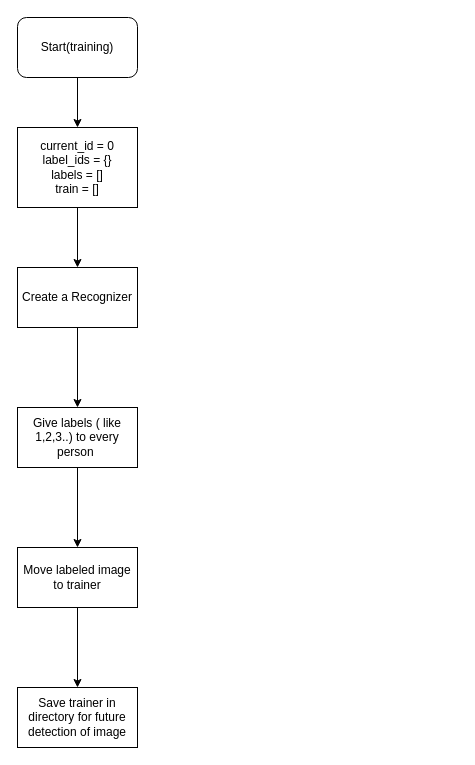
This is Documentation/Flow Diagram/train.drawio from prashantsingh2408/Face-Recognition-Attendance-System, a draw.io file, before an edit. Source tidied: cells renumbered, new cells numbered last; positions are measured from the earlier drawing's top-left corner, leaving out a move shared by most shapes. Both pictures are drawn from the tidied source at 100%, with x=0, y=0 at pixel (17, 17).
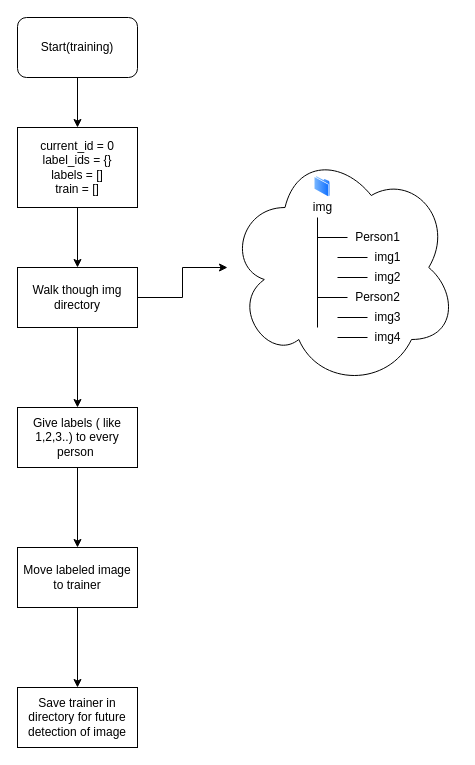
After the change.

What changed in the source:
```diff
@@
+    <mxCell id="13" style="edgeStyle=orthogonalEdgeStyle;rounded=0;jettySize=auto;html=1;" parent="1" edge="1" source="7" target="14">
+      <mxGeometry relative="1" as="geometry" />
+    </mxCell>
-    <mxCell id="7" value="Create a Recognizer" style="rounded=0;whiteSpace=wrap;html=1;" parent="1" vertex="1">
+    <mxCell id="7" value="Walk though img directory" style="rounded=0;whiteSpace=wrap;html=1;" parent="1" vertex="1">
       <mxGeometry y="250" width="120" height="60" as="geometry" />
     </mxCell>
@@
+    <mxCell id="14" value="&lt;div style=&quot;text-align: left&quot;&gt;&lt;br&gt;&lt;/div&gt;" style="ellipse;shape=cloud;whiteSpace=wrap;html=1;rounded=0;" parent="1" vertex="1">
+      <mxGeometry x="210" y="130" width="230" height="240" as="geometry" />
+    </mxCell>
+    <mxCell id="15" style="endArrow=none;html=1;" parent="1" edge="1">
+      <mxGeometry relative="1" as="geometry">
+        <mxPoint x="300" y="310" as="sourcePoint" />
+        <mxPoint x="300" y="200" as="targetPoint" />
+      </mxGeometry>
+    </mxCell>
+    <mxCell id="16" value="img" style="text;html=1;align=center;verticalAlign=middle;" parent="1" vertex="1">
+      <mxGeometry x="290" y="180" width="30" height="20" as="geometry" />
+    </mxCell>
+    <mxCell id="17" style="endArrow=none;html=1;" parent="1" edge="1">
+      <mxGeometry relative="1" as="geometry">
+        <mxPoint x="300" y="220" as="sourcePoint" />
+        <mxPoint x="330" y="220" as="targetPoint" />
+      </mxGeometry>
+    </mxCell>
+    <mxCell id="18" value="Person1" style="text;html=1;align=center;verticalAlign=middle;" parent="1" vertex="1">
+      <mxGeometry x="330" y="210" width="60" height="20" as="geometry" />
+    </mxCell>
+    <mxCell id="19" style="perimeter=ellipsePerimeter;html=1;align=center;shadow=0;dashed=0;spacingTop=3;image;image=img/lib/active_directory/folder.svg;" parent="1" vertex="1">
+      <mxGeometry x="297" y="158.1" width="16" height="21.9" as="geometry" />
+    </mxCell>
+    <mxCell id="20" style="endArrow=none;html=1;" parent="1" edge="1">
+      <mxGeometry relative="1" as="geometry">
+        <mxPoint x="320" y="240" as="sourcePoint" />
+        <mxPoint x="350" y="240" as="targetPoint" />
+      </mxGeometry>
+    </mxCell>
+    <mxCell id="21" value="img1" style="text;html=1;align=center;verticalAlign=middle;" parent="1" vertex="1">
+      <mxGeometry x="350" y="230" width="40" height="20" as="geometry" />
+    </mxCell>
+    <mxCell id="22" style="endArrow=none;html=1;" parent="1" edge="1">
+      <mxGeometry relative="1" as="geometry">
+        <mxPoint x="320" y="260" as="sourcePoint" />
+        <mxPoint x="350" y="260" as="targetPoint" />
+      </mxGeometry>
+    </mxCell>
+    <mxCell id="23" value="img2" style="text;html=1;align=center;verticalAlign=middle;" parent="1" vertex="1">
+      <mxGeometry x="350" y="250" width="40" height="20" as="geometry" />
+    </mxCell>
+    <mxCell id="24" style="endArrow=none;html=1;" parent="1" edge="1">
+      <mxGeometry relative="1" as="geometry">
+        <mxPoint x="300" y="280" as="sourcePoint" />
+        <mxPoint x="330" y="280" as="targetPoint" />
+      </mxGeometry>
+    </mxCell>
+    <mxCell id="25" value="Person2" style="text;html=1;align=center;verticalAlign=middle;" parent="1" vertex="1">
+      <mxGeometry x="330" y="270" width="60" height="20" as="geometry" />
+    </mxCell>
+    <mxCell id="26" style="endArrow=none;html=1;" parent="1" edge="1">
+      <mxGeometry relative="1" as="geometry">
+        <mxPoint x="320" y="300" as="sourcePoint" />
+        <mxPoint x="350" y="300" as="targetPoint" />
+      </mxGeometry>
+    </mxCell>
+    <mxCell id="27" value="img3" style="text;html=1;align=center;verticalAlign=middle;" parent="1" vertex="1">
+      <mxGeometry x="350" y="290" width="40" height="20" as="geometry" />
+    </mxCell>
+    <mxCell id="28" style="endArrow=none;html=1;" parent="1" edge="1">
+      <mxGeometry relative="1" as="geometry">
+        <mxPoint x="320" y="320" as="sourcePoint" />
+        <mxPoint x="350" y="320" as="targetPoint" />
+      </mxGeometry>
+    </mxCell>
+    <mxCell id="29" value="img4" style="text;html=1;align=center;verticalAlign=middle;" parent="1" vertex="1">
+      <mxGeometry x="350" y="310" width="40" height="20" as="geometry" />
+    </mxCell>
```
